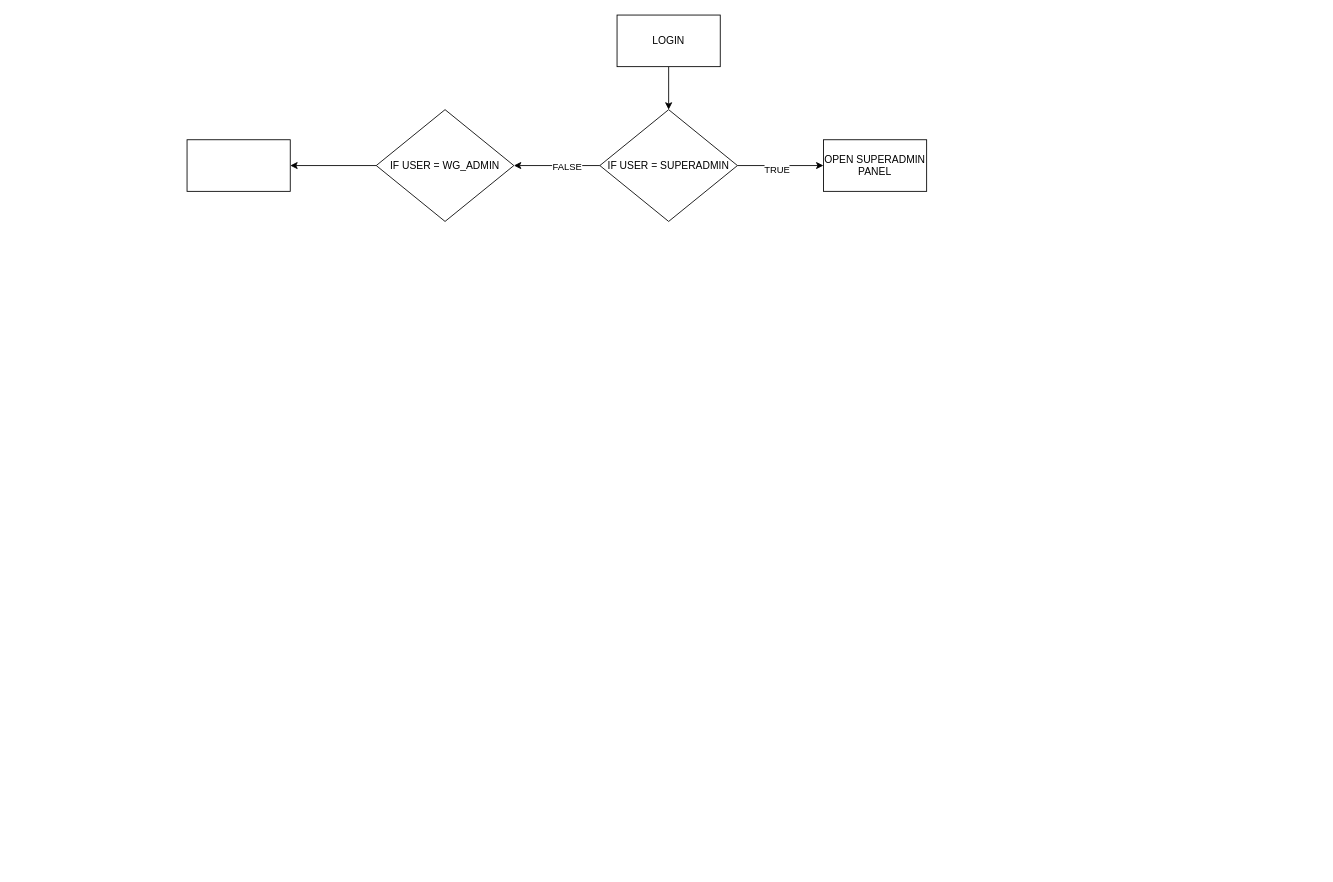
The draw.io diagram DMS.drawio in CyberTiann/CyberSOC, before the edit. Source tidied: cells renumbered, new cells numbered last; positions are measured from the earlier drawing's top-left corner, leaving out a move shared by most shapes. Both pictures are drawn from the tidied source at 86%, with x=0, y=0 at pixel (187, 15).
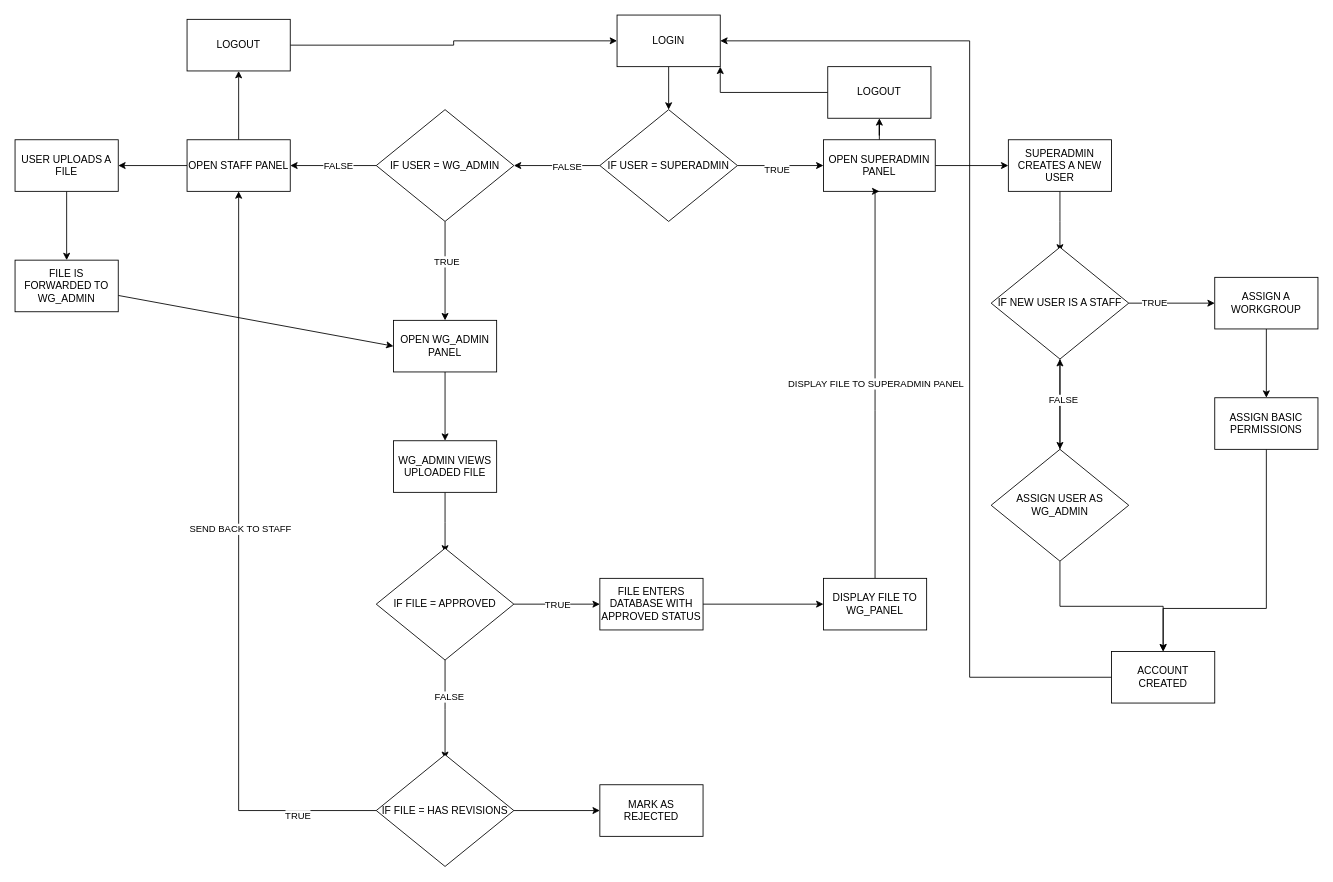
Above is the later version.

The change refers to these unchanged cells:
```xml
<mxCell id="3" value="LOGIN" style="rounded=0;whiteSpace=wrap;html=1;" parent="1" vertex="1">
  <mxGeometry x="500" width="120" height="60" as="geometry" />
</mxCell>
<mxCell id="10" style="edgeStyle=orthogonalEdgeStyle;rounded=0;jettySize=auto;html=1;" parent="1" edge="1" source="11" target="12">
  <mxGeometry relative="1" as="geometry" />
</mxCell>
<mxCell id="11" value="IF USER = WG_ADMIN" style="rhombus;whiteSpace=wrap;html=1;" parent="1" vertex="1">
  <mxGeometry x="220" y="110" width="160" height="130" as="geometry" />
</mxCell>
```

Diff of the diagram source:
```diff
@@
+    <mxCell id="13" style="edgeStyle=orthogonalEdgeStyle;rounded=0;jettySize=auto;html=1;" parent="1" edge="1" source="9" target="45">
+      <mxGeometry relative="1" as="geometry" />
+    </mxCell>
+    <mxCell id="14" style="edgeStyle=orthogonalEdgeStyle;rounded=0;jettySize=auto;html=1;" parent="1" edge="1" source="9" target="63">
+      <mxGeometry relative="1" as="geometry" />
+    </mxCell>
     <mxCell id="9" value="OPEN SUPERADMIN PANEL" style="whiteSpace=wrap;html=1;" parent="1" vertex="1">
-      <mxGeometry x="740" y="145" width="120" height="60" as="geometry" />
+      <mxGeometry x="740" y="145" width="130" height="60" as="geometry" />
     </mxCell>
@@
+    <mxCell id="15" value="FALSE" style="edgeLabel;html=1;align=center;verticalAlign=middle;" parent="10" vertex="1">
+      <mxGeometry x="-0.11" y="-1" relative="1" as="geometry" />
+    </mxCell>
+    <mxCell id="16" style="edgeStyle=orthogonalEdgeStyle;rounded=0;jettySize=auto;html=1;" parent="1" edge="1" source="11" target="21">
+      <mxGeometry relative="1" as="geometry" />
+    </mxCell>
+    <mxCell id="17" value="TRUE" style="edgeLabel;html=1;align=center;verticalAlign=middle;" parent="16" vertex="1">
+      <mxGeometry x="-0.18" y="1" relative="1" as="geometry">
+        <mxPoint y="-1" as="offset" />
+      </mxGeometry>
+    </mxCell>
@@
+    <mxCell id="18" style="edgeStyle=orthogonalEdgeStyle;rounded=0;jettySize=auto;html=1;" parent="1" edge="1" source="12" target="23">
+      <mxGeometry relative="1" as="geometry" />
+    </mxCell>
+    <mxCell id="19" style="edgeStyle=orthogonalEdgeStyle;rounded=0;jettySize=auto;html=1;" parent="1" edge="1" source="12" target="61">
+      <mxGeometry relative="1" as="geometry" />
+    </mxCell>
-    <mxCell id="12" style="whiteSpace=wrap;html=1;" parent="1" vertex="1">
+    <mxCell id="12" value="OPEN STAFF PANEL" style="whiteSpace=wrap;html=1;" parent="1" vertex="1">
       <mxGeometry y="145" width="120" height="60" as="geometry" />
     </mxCell>
+    <mxCell id="20" style="edgeStyle=orthogonalEdgeStyle;rounded=0;jettySize=auto;html=1;" parent="1" edge="1" source="21" target="27">
+      <mxGeometry relative="1" as="geometry" />
+    </mxCell>
+    <mxCell id="21" value="OPEN WG_ADMIN PANEL" style="whiteSpace=wrap;html=1;" parent="1" vertex="1">
+      <mxGeometry x="240" y="355" width="120" height="60" as="geometry" />
+    </mxCell>
+    <mxCell id="22" style="edgeStyle=orthogonalEdgeStyle;rounded=0;jettySize=auto;html=1;" parent="1" edge="1" source="23" target="25">
+      <mxGeometry relative="1" as="geometry" />
+    </mxCell>
+    <mxCell id="23" value="USER UPLOADS A FILE" style="whiteSpace=wrap;html=1;" parent="1" vertex="1">
+      <mxGeometry x="-200" y="145" width="120" height="60" as="geometry" />
+    </mxCell>
+    <mxCell id="24" style="rounded=0;jettySize=auto;html=1;entryX=0;entryY=0.5;entryDx=0;entryDy=0;" parent="1" edge="1" source="25" target="21">
+      <mxGeometry relative="1" as="geometry" />
+    </mxCell>
+    <mxCell id="25" value="FILE IS FORWARDED TO WG_ADMIN" style="whiteSpace=wrap;html=1;" parent="1" vertex="1">
+      <mxGeometry x="-200" y="285" width="120" height="60" as="geometry" />
+    </mxCell>
+    <mxCell id="26" style="edgeStyle=orthogonalEdgeStyle;rounded=0;jettySize=auto;html=1;" parent="1" edge="1" source="27">
+      <mxGeometry relative="1" as="geometry">
+        <mxPoint x="300" y="625" as="targetPoint" />
+      </mxGeometry>
+    </mxCell>
+    <mxCell id="27" value="WG_ADMIN VIEWS UPLOADED FILE" style="whiteSpace=wrap;html=1;" parent="1" vertex="1">
+      <mxGeometry x="240" y="495" width="120" height="60" as="geometry" />
+    </mxCell>
+    <mxCell id="28" style="edgeStyle=orthogonalEdgeStyle;rounded=0;jettySize=auto;html=1;" parent="1" edge="1" source="32" target="34">
+      <mxGeometry relative="1" as="geometry" />
+    </mxCell>
+    <mxCell id="29" value="TRUE" style="edgeLabel;html=1;align=center;verticalAlign=middle;" parent="28" vertex="1">
+      <mxGeometry x="0.22" relative="1" as="geometry">
+        <mxPoint x="-11" as="offset" />
+      </mxGeometry>
+    </mxCell>
+    <mxCell id="30" style="edgeStyle=orthogonalEdgeStyle;rounded=0;jettySize=auto;html=1;" parent="1" edge="1" source="32">
+      <mxGeometry relative="1" as="geometry">
+        <mxPoint x="300" y="865" as="targetPoint" />
+      </mxGeometry>
+    </mxCell>
+    <mxCell id="31" value="FALSE" style="edgeLabel;html=1;align=center;verticalAlign=middle;" parent="30" vertex="1">
+      <mxGeometry x="-0.28" y="4" relative="1" as="geometry" />
+    </mxCell>
+    <mxCell id="32" value="IF FILE = APPROVED" style="rhombus;whiteSpace=wrap;html=1;" parent="1" vertex="1">
+      <mxGeometry x="220" y="620" width="160" height="130" as="geometry" />
+    </mxCell>
+    <mxCell id="33" style="edgeStyle=orthogonalEdgeStyle;rounded=0;jettySize=auto;html=1;" parent="1" edge="1" source="34" target="43">
+      <mxGeometry relative="1" as="geometry" />
+    </mxCell>
+    <mxCell id="34" value="FILE ENTERS DATABASE WITH APPROVED STATUS" style="whiteSpace=wrap;html=1;" parent="1" vertex="1">
+      <mxGeometry x="480" y="655" width="120" height="60" as="geometry" />
+    </mxCell>
+    <mxCell id="35" style="edgeStyle=orthogonalEdgeStyle;rounded=0;jettySize=auto;html=1;entryX=0.5;entryY=1;entryDx=0;entryDy=0;" parent="1" edge="1" source="39" target="12">
+      <mxGeometry relative="1" as="geometry" />
+    </mxCell>
+    <mxCell id="36" value="SEND BACK TO STAFF" style="edgeLabel;html=1;align=center;verticalAlign=middle;" parent="35" vertex="1">
+      <mxGeometry x="0.11" y="-1" relative="1" as="geometry" />
+    </mxCell>
+    <mxCell id="37" value="TRUE" style="edgeLabel;html=1;align=center;verticalAlign=middle;" parent="35" vertex="1">
+      <mxGeometry x="-0.79" y="5" relative="1" as="geometry" />
+    </mxCell>
+    <mxCell id="38" style="edgeStyle=orthogonalEdgeStyle;rounded=0;jettySize=auto;html=1;" parent="1" edge="1" source="39" target="40">
+      <mxGeometry relative="1" as="geometry" />
+    </mxCell>
+    <mxCell id="39" value="IF FILE = HAS REVISIONS" style="rhombus;whiteSpace=wrap;html=1;" parent="1" vertex="1">
+      <mxGeometry x="220" y="860" width="160" height="130" as="geometry" />
+    </mxCell>
+    <mxCell id="40" value="MARK AS REJECTED" style="whiteSpace=wrap;html=1;" parent="1" vertex="1">
+      <mxGeometry x="480" y="895" width="120" height="60" as="geometry" />
+    </mxCell>
+    <mxCell id="41" style="edgeStyle=orthogonalEdgeStyle;rounded=0;jettySize=auto;html=1;entryX=0.5;entryY=1;entryDx=0;entryDy=0;" parent="1" edge="1" source="43" target="9">
+      <mxGeometry relative="1" as="geometry">
+        <Array as="points">
+          <mxPoint x="800" y="460" />
+          <mxPoint x="800" y="460" />
+        </Array>
+      </mxGeometry>
+    </mxCell>
+    <mxCell id="42" value="DISPLAY FILE TO SUPERADMIN PANEL" style="edgeLabel;html=1;align=center;verticalAlign=middle;" parent="41" vertex="1">
+      <mxGeometry x="0.24" y="-5" relative="1" as="geometry">
+        <mxPoint x="-5" y="55" as="offset" />
+      </mxGeometry>
+    </mxCell>
+    <mxCell id="43" value="DISPLAY FILE TO WG_PANEL" style="whiteSpace=wrap;html=1;" parent="1" vertex="1">
+      <mxGeometry x="740" y="655" width="120" height="60" as="geometry" />
+    </mxCell>
+    <mxCell id="44" style="edgeStyle=orthogonalEdgeStyle;rounded=0;jettySize=auto;html=1;" parent="1" edge="1" source="45">
+      <mxGeometry relative="1" as="geometry">
+        <mxPoint x="1015" y="275" as="targetPoint" />
+      </mxGeometry>
+    </mxCell>
+    <mxCell id="45" value="SUPERADMIN CREATES A NEW USER" style="whiteSpace=wrap;html=1;" parent="1" vertex="1">
+      <mxGeometry x="955" y="145" width="120" height="60" as="geometry" />
+    </mxCell>
+    <mxCell id="46" style="edgeStyle=orthogonalEdgeStyle;rounded=0;jettySize=auto;html=1;" parent="1" edge="1" source="49" target="51">
+      <mxGeometry relative="1" as="geometry" />
+    </mxCell>
+    <mxCell id="47" value="TRUE" style="edgeLabel;html=1;align=center;verticalAlign=middle;" parent="46" vertex="1">
+      <mxGeometry x="-0.4" y="1" relative="1" as="geometry">
+        <mxPoint x="-1" as="offset" />
+      </mxGeometry>
+    </mxCell>
+    <mxCell id="48" style="edgeStyle=orthogonalEdgeStyle;rounded=0;jettySize=auto;html=1;" parent="1" edge="1" source="49">
+      <mxGeometry relative="1" as="geometry">
+        <mxPoint x="1015" y="505" as="targetPoint" />
+      </mxGeometry>
+    </mxCell>
+    <mxCell id="49" value="IF NEW USER IS A STAFF" style="rhombus;whiteSpace=wrap;html=1;" parent="1" vertex="1">
+      <mxGeometry x="935" y="270" width="160" height="130" as="geometry" />
+    </mxCell>
+    <mxCell id="50" style="edgeStyle=orthogonalEdgeStyle;rounded=0;jettySize=auto;html=1;" parent="1" edge="1" source="51" target="53">
+      <mxGeometry relative="1" as="geometry" />
+    </mxCell>
+    <mxCell id="51" value="ASSIGN A WORKGROUP" style="whiteSpace=wrap;html=1;" parent="1" vertex="1">
+      <mxGeometry x="1195" y="305" width="120" height="60" as="geometry" />
+    </mxCell>
+    <mxCell id="52" style="edgeStyle=orthogonalEdgeStyle;rounded=0;jettySize=auto;html=1;entryX=0.5;entryY=0;entryDx=0;entryDy=0;" parent="1" edge="1" source="53" target="59">
+      <mxGeometry relative="1" as="geometry">
+        <Array as="points">
+          <mxPoint x="1255" y="690" />
+          <mxPoint x="1135" y="690" />
+        </Array>
+      </mxGeometry>
+    </mxCell>
+    <mxCell id="53" value="ASSIGN BASIC PERMISSIONS" style="whiteSpace=wrap;html=1;" parent="1" vertex="1">
+      <mxGeometry x="1195" y="445" width="120" height="60" as="geometry" />
+    </mxCell>
+    <mxCell id="54" style="edgeStyle=orthogonalEdgeStyle;rounded=0;jettySize=auto;html=1;" parent="1" edge="1" source="57" target="49">
+      <mxGeometry relative="1" as="geometry" />
+    </mxCell>
+    <mxCell id="55" value="FALSE" style="edgeLabel;html=1;align=center;verticalAlign=middle;" parent="54" vertex="1">
+      <mxGeometry x="0.1" y="-3" relative="1" as="geometry" />
+    </mxCell>
+    <mxCell id="56" style="edgeStyle=orthogonalEdgeStyle;rounded=0;jettySize=auto;html=1;" parent="1" edge="1" source="57" target="59">
+      <mxGeometry relative="1" as="geometry" />
+    </mxCell>
+    <mxCell id="57" value="ASSIGN USER AS WG_ADMIN" style="rhombus;whiteSpace=wrap;html=1;" parent="1" vertex="1">
+      <mxGeometry x="935" y="505" width="160" height="130" as="geometry" />
+    </mxCell>
+    <mxCell id="58" style="edgeStyle=orthogonalEdgeStyle;rounded=0;jettySize=auto;html=1;entryX=1;entryY=0.5;entryDx=0;entryDy=0;" parent="1" edge="1" source="59" target="3">
+      <mxGeometry relative="1" as="geometry">
+        <Array as="points">
+          <mxPoint x="910" y="770" />
+          <mxPoint x="910" y="30" />
+        </Array>
+      </mxGeometry>
+    </mxCell>
+    <mxCell id="59" value="ACCOUNT CREATED" style="whiteSpace=wrap;html=1;" parent="1" vertex="1">
+      <mxGeometry x="1075" y="740" width="120" height="60" as="geometry" />
+    </mxCell>
+    <mxCell id="60" style="edgeStyle=orthogonalEdgeStyle;rounded=0;jettySize=auto;html=1;entryX=0;entryY=0.5;entryDx=0;entryDy=0;" parent="1" edge="1" source="61" target="3">
+      <mxGeometry relative="1" as="geometry" />
+    </mxCell>
+    <mxCell id="61" value="LOGOUT" style="whiteSpace=wrap;html=1;" parent="1" vertex="1">
+      <mxGeometry y="5" width="120" height="60" as="geometry" />
+    </mxCell>
+    <mxCell id="62" style="edgeStyle=orthogonalEdgeStyle;rounded=0;jettySize=auto;html=1;entryX=1;entryY=1;entryDx=0;entryDy=0;" parent="1" edge="1" source="63" target="3">
+      <mxGeometry relative="1" as="geometry" />
+    </mxCell>
+    <mxCell id="63" value="LOGOUT" style="whiteSpace=wrap;html=1;" parent="1" vertex="1">
+      <mxGeometry x="745" y="60" width="120" height="60" as="geometry" />
+    </mxCell>
```
